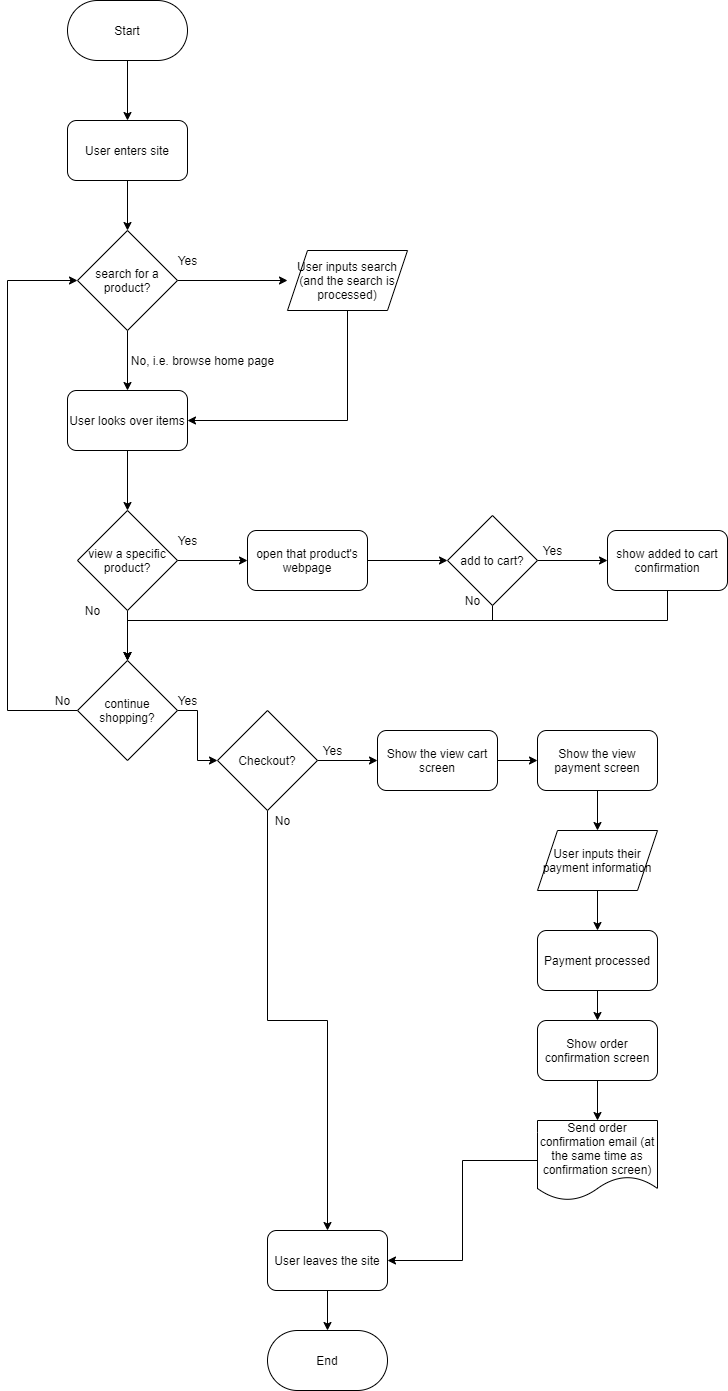
This is explore/diagramming/diagram.drawio.png from ArturoAmaya/fa21-cse110-lab4, a draw.io export, as it was before one commit. Source tidied: cells renumbered, new cells last; positions are measured from the earlier drawing's top-left corner, leaving out a move shared by most shapes.
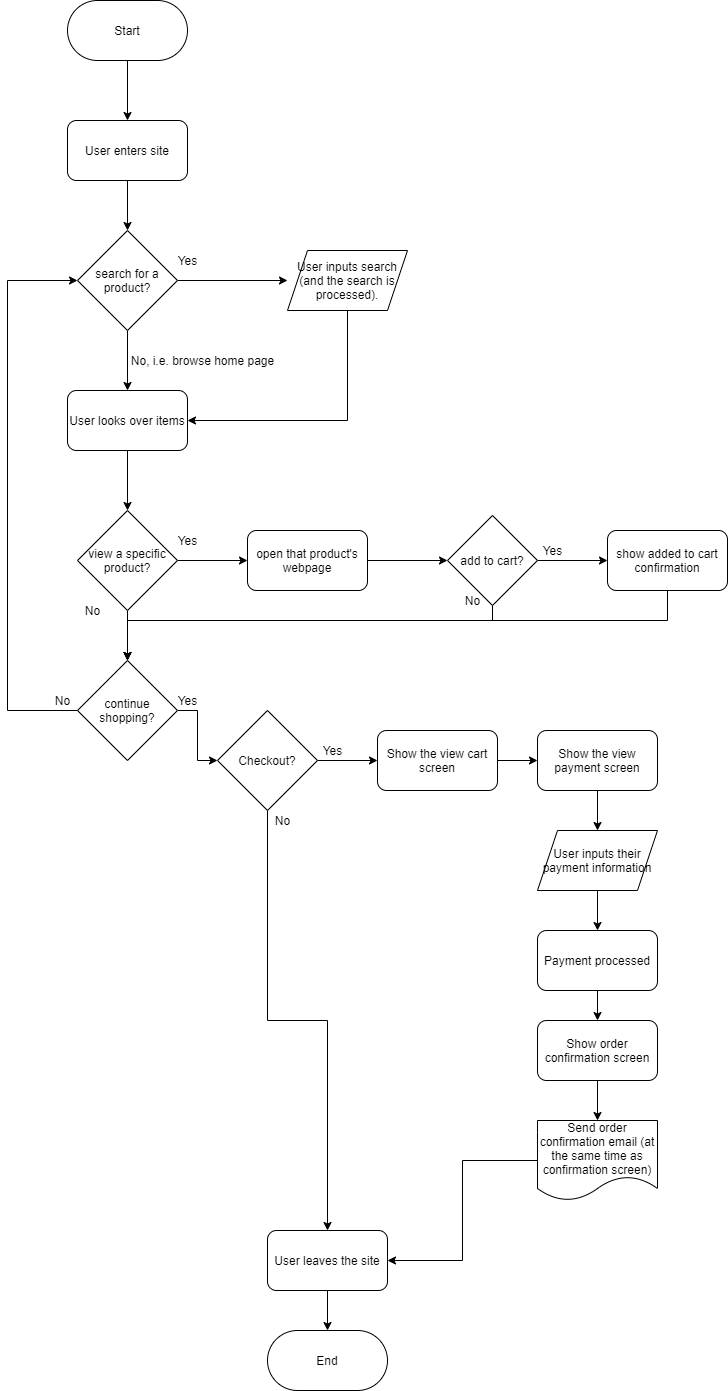
Later version of the same file.

The edit, as a diff of the source:
```diff
@@ -177,7 +177,7 @@
     <mxCell id="52" value="No" style="text;html=1;align=center;verticalAlign=middle;strokeColor=none;" parent="1" vertex="1">
       <mxGeometry x="260" y="810" width="30" height="20" as="geometry" />
     </mxCell>
-    <mxCell id="53" value="&lt;span&gt;User inputs search&lt;/span&gt;&lt;br&gt;&lt;span&gt;(and the search is processed)&lt;/span&gt;" style="shape=parallelogram;perimeter=parallelogramPerimeter;whiteSpace=wrap;html=1;fixedSize=1;" parent="1" vertex="1">
+    <mxCell id="53" value="&lt;span&gt;User inputs search&lt;/span&gt;&lt;br&gt;&lt;span&gt;(and the search is processed).&lt;/span&gt;" style="shape=parallelogram;perimeter=parallelogramPerimeter;whiteSpace=wrap;html=1;fixedSize=1;" parent="1" vertex="1">
       <mxGeometry x="280" y="250" width="120" height="60" as="geometry" />
     </mxCell>
   </root>
```
